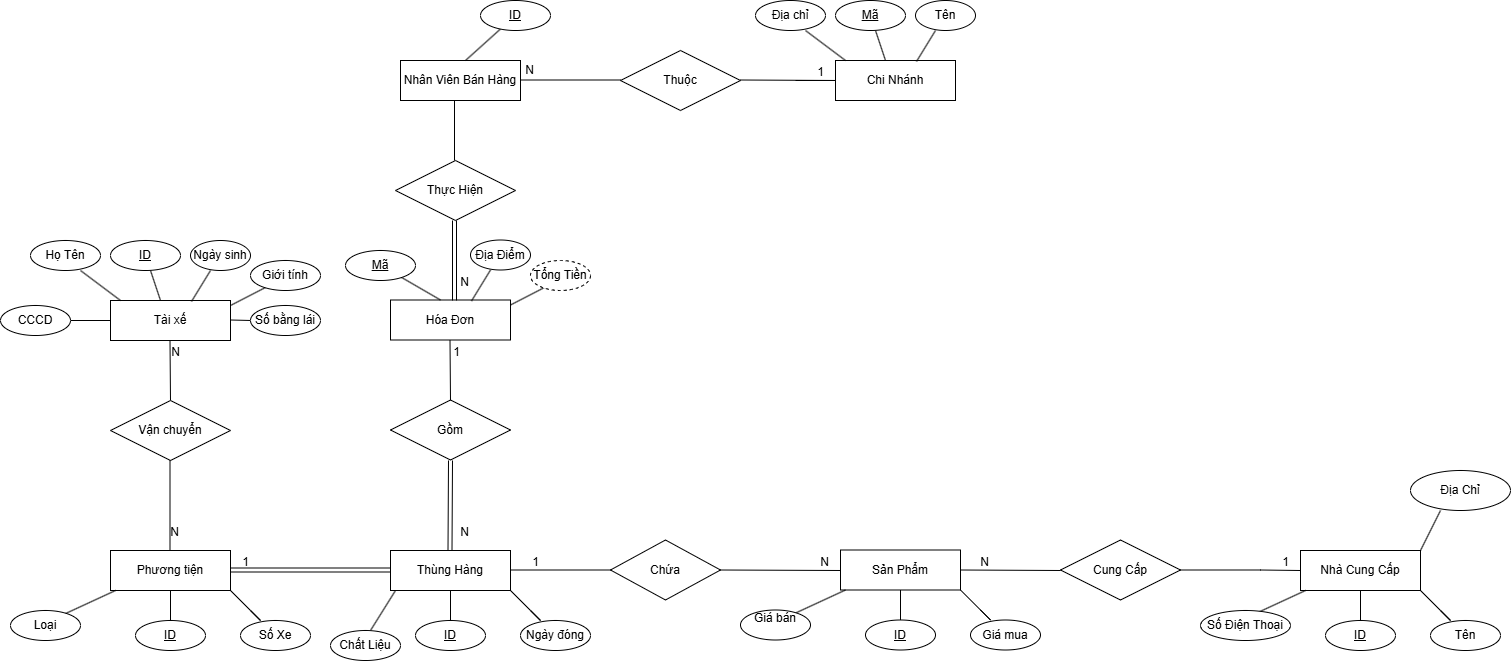
Before: Biểu đồ không có tiêu đề.drawio.png, a diagram exported from draw.io (Dungnony/08-03). Source tidied: cells renumbered, new cells last; positions are measured from the earlier drawing's top-left corner, leaving out a move shared by most shapes.
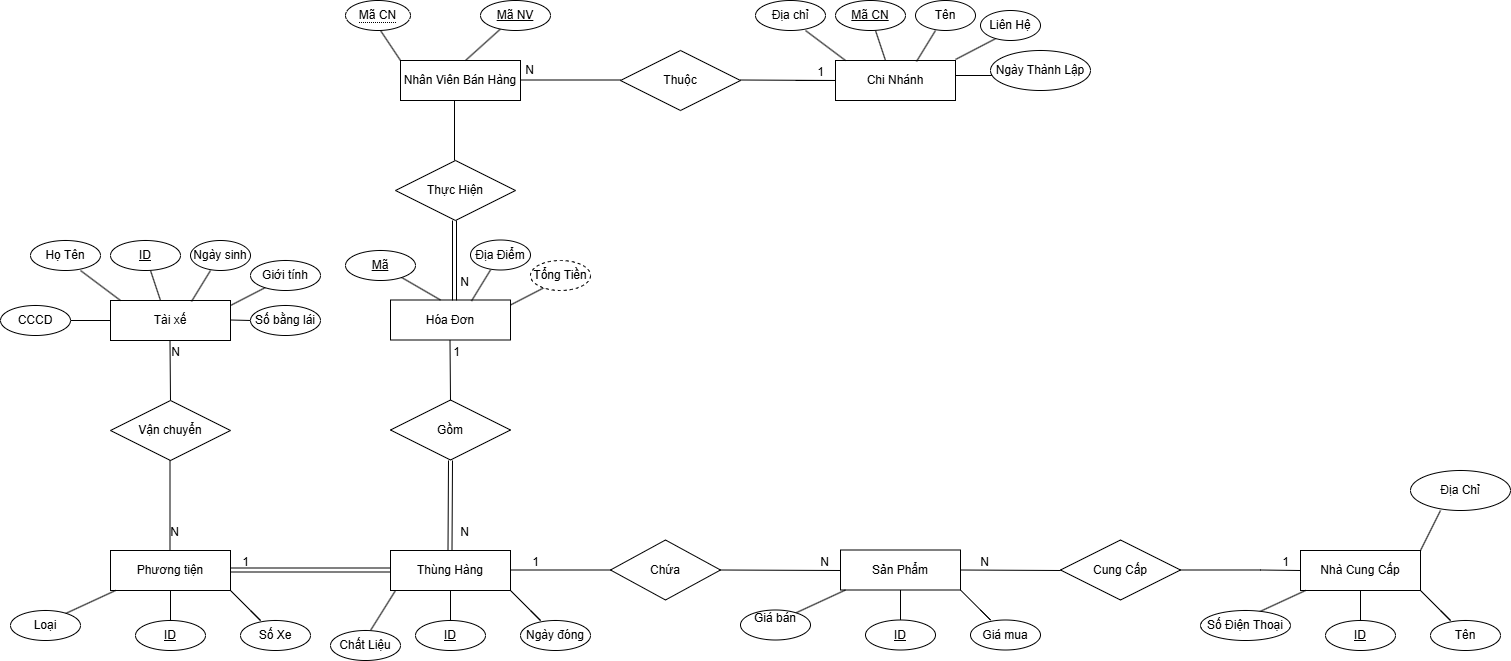
The same file after the commit.

Commit message:
Cập nhật Biểu đồ không có tiêu đề.drawio.png

Change to the diagram source:
```diff
@@ -370,7 +370,7 @@
         <mxPoint x="465" y="60" as="sourcePoint" />
       </mxGeometry>
     </mxCell>
-    <mxCell id="83" value="ID" style="ellipse;whiteSpace=wrap;html=1;align=center;fontStyle=4;" parent="1" vertex="1">
+    <mxCell id="83" value="Mã NV" style="ellipse;whiteSpace=wrap;html=1;align=center;fontStyle=4;" parent="1" vertex="1">
       <mxGeometry x="480" width="70" height="30" as="geometry" />
     </mxCell>
     <mxCell id="84" value="Thuộc" style="shape=rhombus;perimeter=rhombusPerimeter;whiteSpace=wrap;html=1;align=center;" parent="1" vertex="1">
@@ -423,11 +423,41 @@
         <mxPoint x="885" y="60" as="sourcePoint" />
       </mxGeometry>
     </mxCell>
-    <mxCell id="95" value="Mã" style="ellipse;whiteSpace=wrap;html=1;align=center;fontStyle=4;" parent="1" vertex="1">
+    <mxCell id="95" value="Mã CN" style="ellipse;whiteSpace=wrap;html=1;align=center;fontStyle=4;" parent="1" vertex="1">
       <mxGeometry x="835" width="70" height="30" as="geometry" />
     </mxCell>
     <mxCell id="96" style="line;strokeWidth=1;dashed=0;labelPosition=right;align=left;verticalAlign=middle;spacingTop=0;spacingLeft=6;" parent="1" vertex="1">
       <mxGeometry x="795" y="75" width="40" height="10" as="geometry" />
     </mxCell>
+    <mxCell id="97" style="endArrow=none;html=1;rounded=0;" parent="1" edge="1">
+      <mxGeometry relative="1" as="geometry">
+        <mxPoint x="955" y="59" as="sourcePoint" />
+        <mxPoint x="999.5" y="35.9" as="targetPoint" />
+      </mxGeometry>
+    </mxCell>
+    <mxCell id="98" value="Liên Hệ" style="ellipse;whiteSpace=wrap;html=1;align=center;rotation=0;" parent="1" vertex="1">
+      <mxGeometry x="980" y="10" width="60" height="30" as="geometry" />
+    </mxCell>
+    <mxCell id="99" style="endArrow=none;html=1;rounded=0;" parent="1" edge="1">
+      <mxGeometry relative="1" as="geometry">
+        <mxPoint x="400" y="60" as="sourcePoint" />
+        <mxPoint x="380" y="30" as="targetPoint" />
+      </mxGeometry>
+    </mxCell>
+    <mxCell id="100" value="&lt;span style=&quot;border-bottom: 1px dotted&quot;&gt;Mã CN&lt;/span&gt;" style="ellipse;whiteSpace=wrap;html=1;align=center;" parent="1" vertex="1">
+      <mxGeometry x="345" width="65" height="30" as="geometry" />
+    </mxCell>
+    <mxCell id="101" style="endArrow=none;html=1;rounded=0;" parent="1" edge="1">
+      <mxGeometry relative="1" as="geometry">
+        <mxPoint x="955" y="75" as="sourcePoint" />
+        <mxPoint x="995" y="75" as="targetPoint" />
+        <Array as="points">
+          <mxPoint x="995" y="75" />
+        </Array>
+      </mxGeometry>
+    </mxCell>
+    <mxCell id="102" value="Ngày Thành Lập" style="ellipse;whiteSpace=wrap;html=1;align=center;rotation=0;" parent="1" vertex="1">
+      <mxGeometry x="990" y="50" width="100" height="40" as="geometry" />
+    </mxCell>
   </root>
 </mxGraphModel>
```
